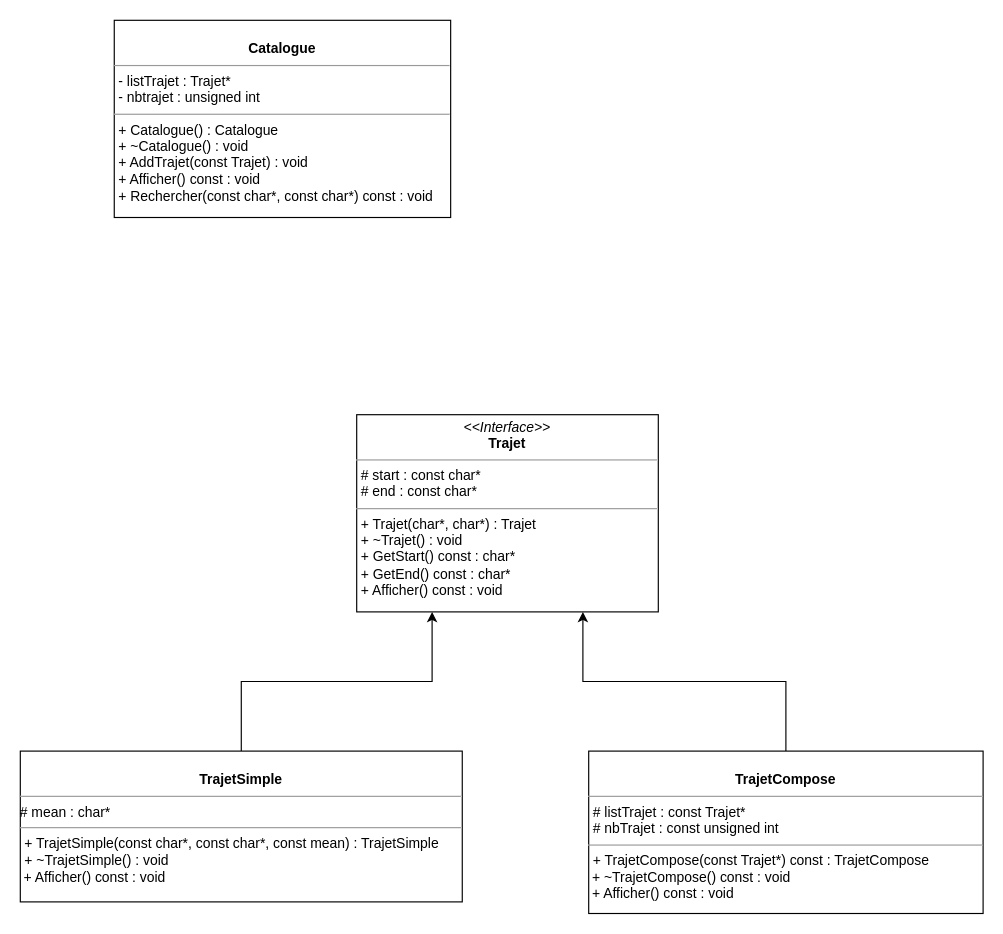
QuentindeA/TP2_CPP keeps this draw.io diagram as UML.drawio. Above is the earlier version. Source tidied: cells renumbered, new cells numbered last; positions are measured from the earlier drawing's top-left corner, leaving out a move shared by most shapes. Both pictures are drawn from the tidied source at 116%, with x=0, y=0 at pixel (20, 20).
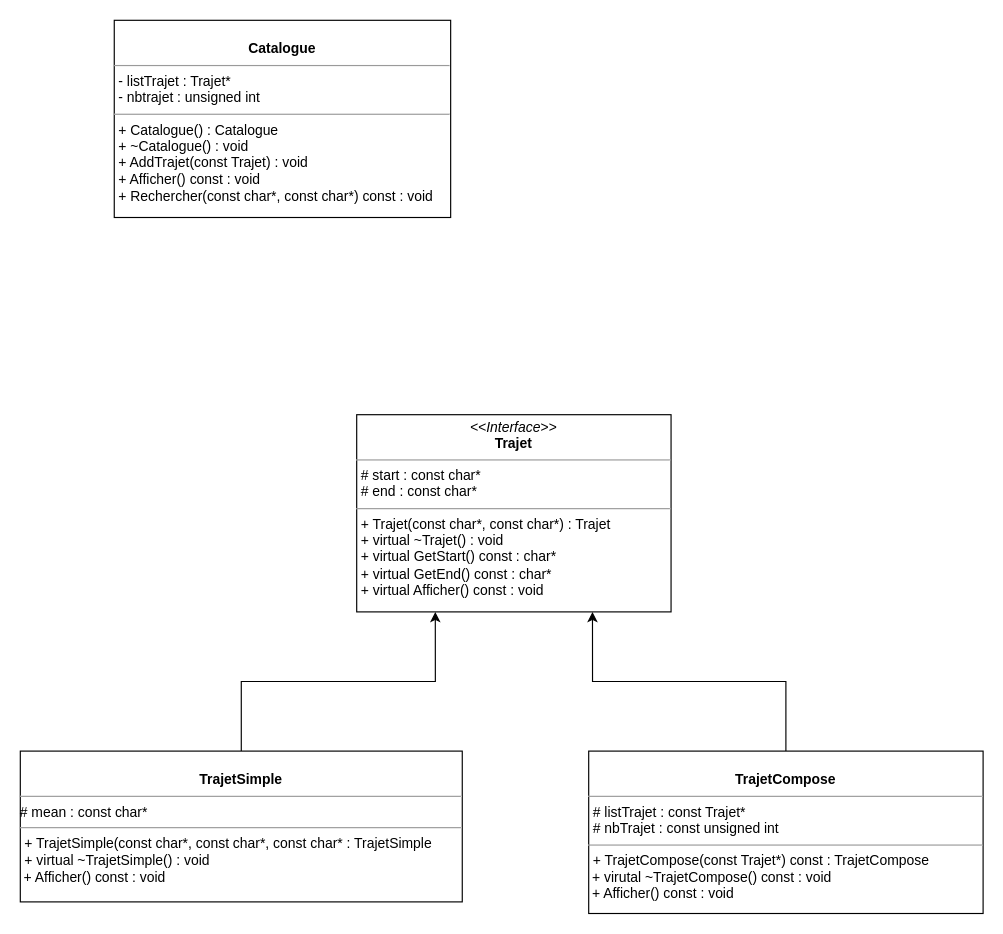
Above is the later version.

Commit message (it also covers changes not shown here):
Creation de TrajetSimple.h et TrajetSimple.cpp et modif du Makefile

What changed in the source:
```diff
@@
 <mxGraphModel background="#ffffff">
   <root>
     <mxCell id="0" />
     <mxCell id="1" parent="0" />
-    <mxCell id="2" value="&lt;p style=&quot;margin: 0px ; margin-top: 4px ; text-align: center&quot;&gt;&lt;i&gt;&amp;lt;&amp;lt;Interface&amp;gt;&amp;gt;&lt;/i&gt;&lt;br&gt;&lt;b&gt;Trajet&lt;/b&gt;&lt;/p&gt;&lt;hr size=&quot;1&quot;&gt;&lt;p style=&quot;margin: 0px ; margin-left: 4px&quot;&gt;# start : const char*&lt;br&gt;# end : const char*&lt;/p&gt;&lt;hr size=&quot;1&quot;&gt;&lt;p style=&quot;margin: 0px ; margin-left: 4px&quot;&gt;+ Trajet(char*, char*) : Trajet&lt;/p&gt;&lt;p style=&quot;margin: 0px ; margin-left: 4px&quot;&gt;+ ~Trajet() : void&lt;br&gt;&lt;/p&gt;&lt;p style=&quot;margin: 0px ; margin-left: 4px&quot;&gt;+ GetStart() const : char*&lt;br&gt;+ GetEnd() const : char*&lt;/p&gt;&lt;p style=&quot;margin: 0px ; margin-left: 4px&quot;&gt;+ Afficher() const : void&lt;br&gt;&lt;/p&gt;" style="verticalAlign=top;align=left;overflow=fill;fontSize=12;fontFamily=Helvetica;html=1;rounded=0;shadow=0;comic=0;labelBackgroundColor=none;strokeWidth=1;" parent="1" vertex="1">
-      <mxGeometry x="290" y="340" width="260" height="170" as="geometry" />
+    <mxCell id="2" value="&lt;p style=&quot;margin: 0px ; margin-top: 4px ; text-align: center&quot;&gt;&lt;i&gt;&amp;lt;&amp;lt;Interface&amp;gt;&amp;gt;&lt;/i&gt;&lt;br&gt;&lt;b&gt;Trajet&lt;/b&gt;&lt;/p&gt;&lt;hr size=&quot;1&quot;&gt;&lt;p style=&quot;margin: 0px ; margin-left: 4px&quot;&gt;# start : const char*&lt;br&gt;# end : const char*&lt;/p&gt;&lt;hr size=&quot;1&quot;&gt;&lt;p style=&quot;margin: 0px ; margin-left: 4px&quot;&gt;+ Trajet(const char*, const char*) : Trajet&lt;/p&gt;&lt;p style=&quot;margin: 0px ; margin-left: 4px&quot;&gt;+ virtual ~Trajet() : void&lt;br&gt;&lt;/p&gt;&lt;p style=&quot;margin: 0px ; margin-left: 4px&quot;&gt;+ virtual GetStart() const : char*&lt;br&gt;+ virtual GetEnd() const : char*&lt;/p&gt;&lt;p style=&quot;margin: 0px ; margin-left: 4px&quot;&gt;+ virtual Afficher() const : void&lt;br&gt;&lt;/p&gt;" style="verticalAlign=top;align=left;overflow=fill;fontSize=12;fontFamily=Helvetica;html=1;rounded=0;shadow=0;comic=0;labelBackgroundColor=none;strokeWidth=1;" parent="1" vertex="1">
+      <mxGeometry x="290" y="340" width="271" height="170" as="geometry" />
     </mxCell>
     <mxCell id="3" style="edgeStyle=orthogonalEdgeStyle;rounded=0;jettySize=auto;html=1;entryX=0.25;entryY=1;entryDx=0;entryDy=0;" parent="1" edge="1" source="4" target="2">
       <mxGeometry relative="1" as="geometry" />
     </mxCell>
-    <mxCell id="4" value="&lt;p style=&quot;margin: 0px ; margin-top: 4px ; text-align: center&quot;&gt;&lt;br&gt;&lt;b&gt;TrajetSimple&lt;/b&gt;&lt;/p&gt;&lt;hr size=&quot;1&quot;&gt;&lt;div&gt;# mean : char*&lt;/div&gt;&lt;hr size=&quot;1&quot;&gt;&lt;div&gt;&lt;p style=&quot;margin: 0px ; margin-left: 4px&quot;&gt;+ TrajetSimple(const char*, const char*, const mean) : TrajetSimple&lt;/p&gt;&lt;p style=&quot;margin: 0px ; margin-left: 4px&quot;&gt;+ ~TrajetSimple() : void&lt;/p&gt;&lt;/div&gt;&lt;div&gt;&amp;nbsp;+ Afficher() const : void&lt;/div&gt;&lt;div&gt;&lt;br&gt;&lt;/div&gt;&lt;div&gt;&lt;br&gt;&lt;/div&gt;&lt;div&gt;&lt;br&gt;&lt;/div&gt;&lt;div&gt;&lt;br&gt;&lt;/div&gt;&lt;div&gt;&lt;br&gt;&lt;/div&gt;&lt;div&gt;&lt;br&gt;&lt;/div&gt;&lt;div&gt;&lt;br&gt;&lt;/div&gt;&lt;div&gt;&lt;br&gt;&lt;/div&gt;&lt;div&gt;&lt;br&gt;&lt;/div&gt;&lt;div&gt;&lt;br&gt;&lt;/div&gt;&lt;div&gt;&lt;br&gt;&lt;/div&gt;&lt;div&gt;&lt;br&gt;&lt;/div&gt;&lt;hr size=&quot;1&quot;&gt;" style="verticalAlign=top;align=left;overflow=fill;fontSize=12;fontFamily=Helvetica;html=1;rounded=0;shadow=0;comic=0;labelBackgroundColor=none;strokeWidth=1;" parent="1" vertex="1">
+    <mxCell id="4" value="&lt;p style=&quot;margin: 0px ; margin-top: 4px ; text-align: center&quot;&gt;&lt;br&gt;&lt;b&gt;TrajetSimple&lt;/b&gt;&lt;/p&gt;&lt;hr size=&quot;1&quot;&gt;&lt;div&gt;# mean : const char*&lt;/div&gt;&lt;hr size=&quot;1&quot;&gt;&lt;div&gt;&lt;p style=&quot;margin: 0px ; margin-left: 4px&quot;&gt;+ TrajetSimple(const char*, const char*, const char* : TrajetSimple&lt;/p&gt;&lt;p style=&quot;margin: 0px ; margin-left: 4px&quot;&gt;+ virtual ~TrajetSimple() : void&lt;/p&gt;&lt;/div&gt;&lt;div&gt;&amp;nbsp;+ Afficher() const : void&lt;/div&gt;&lt;div&gt;&lt;br&gt;&lt;/div&gt;&lt;div&gt;&lt;br&gt;&lt;/div&gt;&lt;div&gt;&lt;br&gt;&lt;/div&gt;&lt;div&gt;&lt;br&gt;&lt;/div&gt;&lt;div&gt;&lt;br&gt;&lt;/div&gt;&lt;div&gt;&lt;br&gt;&lt;/div&gt;&lt;div&gt;&lt;br&gt;&lt;/div&gt;&lt;div&gt;&lt;br&gt;&lt;/div&gt;&lt;div&gt;&lt;br&gt;&lt;/div&gt;&lt;div&gt;&lt;br&gt;&lt;/div&gt;&lt;div&gt;&lt;br&gt;&lt;/div&gt;&lt;div&gt;&lt;br&gt;&lt;/div&gt;&lt;hr size=&quot;1&quot;&gt;" style="verticalAlign=top;align=left;overflow=fill;fontSize=12;fontFamily=Helvetica;html=1;rounded=0;shadow=0;comic=0;labelBackgroundColor=none;strokeWidth=1;" parent="1" vertex="1">
       <mxGeometry y="630" width="381" height="130" as="geometry" />
     </mxCell>
     <mxCell id="5" style="edgeStyle=orthogonalEdgeStyle;rounded=0;jettySize=auto;html=1;entryX=0.75;entryY=1;entryDx=0;entryDy=0;" parent="1" edge="1" source="6" target="2">
       <mxGeometry relative="1" as="geometry" />
     </mxCell>
-    <mxCell id="6" value="&lt;p style=&quot;margin: 0px ; margin-top: 4px ; text-align: center&quot;&gt;&lt;br&gt;&lt;b&gt;TrajetCompose&lt;/b&gt;&lt;/p&gt;&lt;hr size=&quot;1&quot;&gt;&lt;p style=&quot;margin: 0px ; margin-left: 4px&quot;&gt;# listTrajet : const Trajet*&lt;br&gt;&lt;/p&gt;&lt;p style=&quot;margin: 0px ; margin-left: 4px&quot;&gt;# nbTrajet : const unsigned int&lt;br&gt;&lt;/p&gt;&lt;hr size=&quot;1&quot;&gt;&lt;div&gt;&lt;p style=&quot;margin: 0px ; margin-left: 4px&quot;&gt;+ TrajetCompose(const Trajet*) const : TrajetCompose&lt;/p&gt;&lt;/div&gt;&lt;div&gt;&amp;nbsp;+ ~TrajetCompose() const : void &lt;br&gt;&lt;/div&gt;&lt;div&gt;&amp;nbsp;+ Afficher() const : void&lt;/div&gt;&lt;div&gt;&lt;br&gt;&lt;/div&gt;" style="verticalAlign=top;align=left;overflow=fill;fontSize=12;fontFamily=Helvetica;html=1;rounded=0;shadow=0;comic=0;labelBackgroundColor=none;strokeWidth=1;" parent="1" vertex="1">
+    <mxCell id="6" value="&lt;p style=&quot;margin: 0px ; margin-top: 4px ; text-align: center&quot;&gt;&lt;br&gt;&lt;b&gt;TrajetCompose&lt;/b&gt;&lt;/p&gt;&lt;hr size=&quot;1&quot;&gt;&lt;p style=&quot;margin: 0px ; margin-left: 4px&quot;&gt;# listTrajet : const Trajet*&lt;br&gt;&lt;/p&gt;&lt;p style=&quot;margin: 0px ; margin-left: 4px&quot;&gt;# nbTrajet : const unsigned int&lt;br&gt;&lt;/p&gt;&lt;hr size=&quot;1&quot;&gt;&lt;div&gt;&lt;p style=&quot;margin: 0px ; margin-left: 4px&quot;&gt;+ TrajetCompose(const Trajet*) const : TrajetCompose&lt;/p&gt;&lt;/div&gt;&lt;div&gt;&amp;nbsp;+ virutal ~TrajetCompose() const : void &lt;br&gt;&lt;/div&gt;&lt;div&gt;&amp;nbsp;+ Afficher() const : void&lt;/div&gt;&lt;div&gt;&lt;br&gt;&lt;/div&gt;" style="verticalAlign=top;align=left;overflow=fill;fontSize=12;fontFamily=Helvetica;html=1;rounded=0;shadow=0;comic=0;labelBackgroundColor=none;strokeWidth=1;" parent="1" vertex="1">
       <mxGeometry x="490" y="630" width="340" height="140" as="geometry" />
     </mxCell>
     <mxCell id="7" value="&lt;p style=&quot;margin: 0px ; margin-top: 4px ; text-align: center&quot;&gt;&lt;br&gt;&lt;b&gt;Catalogue&lt;/b&gt;&lt;/p&gt;&lt;hr size=&quot;1&quot;&gt;&lt;p style=&quot;margin: 0px ; margin-left: 4px&quot;&gt;- listTrajet : Trajet*&lt;/p&gt;&lt;p style=&quot;margin: 0px ; margin-left: 4px&quot;&gt;- nbtrajet : unsigned int&lt;br&gt;&lt;/p&gt;&lt;hr size=&quot;1&quot;&gt;&lt;p style=&quot;margin: 0px ; margin-left: 4px&quot;&gt;+ Catalogue() : Catalogue&lt;/p&gt;&lt;p style=&quot;margin: 0px ; margin-left: 4px&quot;&gt;+ ~Catalogue() : void&lt;/p&gt;&lt;p style=&quot;margin: 0px ; margin-left: 4px&quot;&gt;+ AddTrajet(const Trajet) : void&lt;br&gt;&lt;/p&gt;&lt;p style=&quot;margin: 0px ; margin-left: 4px&quot;&gt;+ Afficher() const : void&lt;/p&gt;&lt;p style=&quot;margin: 0px ; margin-left: 4px&quot;&gt;+ Rechercher(const char*, const char*) const : void&lt;br&gt;&lt;/p&gt;" style="verticalAlign=top;align=left;overflow=fill;fontSize=12;fontFamily=Helvetica;html=1;rounded=0;shadow=0;comic=0;labelBackgroundColor=none;strokeWidth=1;" parent="1" vertex="1">
       <mxGeometry x="81" width="290" height="170" as="geometry" />
     </mxCell>
   </root>
 </mxGraphModel>
```
